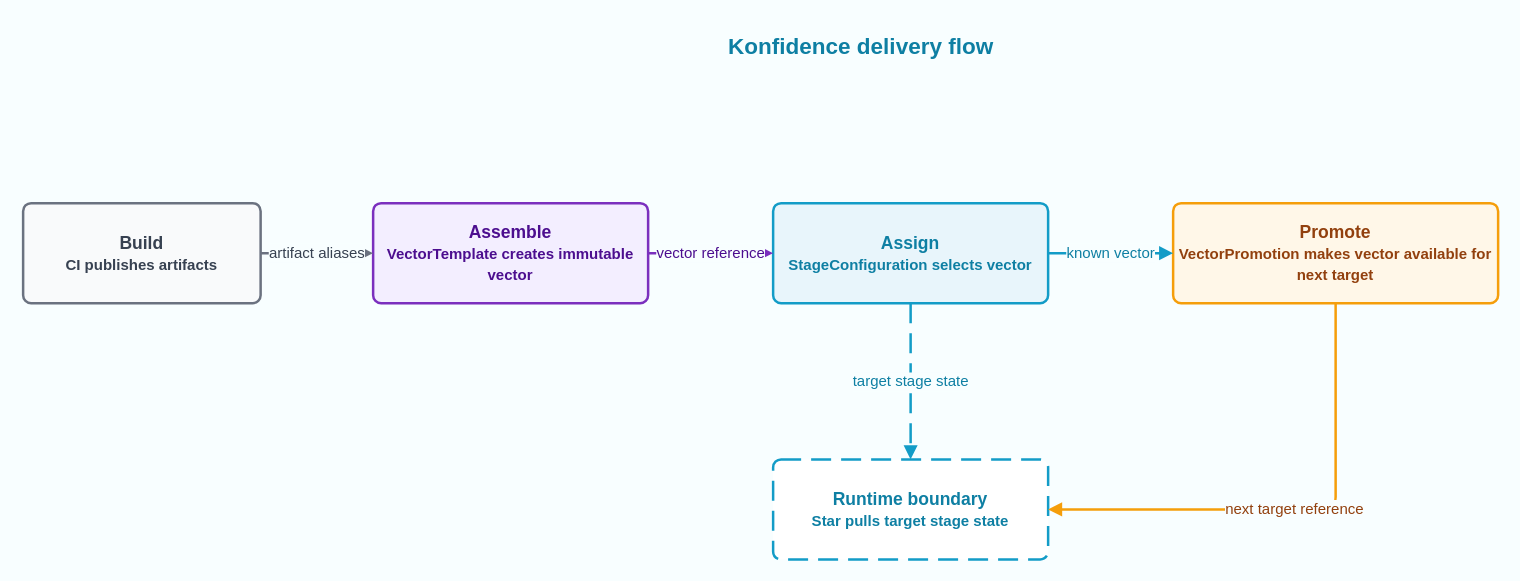
konfidence-project/konfidence-docs keeps this draw.io diagram as public/assets/diagrams/delivery-flow.drawio. Above is the earlier version. Source tidied: cells renumbered, new cells numbered last; positions are measured from the earlier drawing's top-left corner, leaving out a move shared by most shapes. Both pictures are drawn from the tidied source at 125%, with x=0, y=0 at pixel (22, 21).
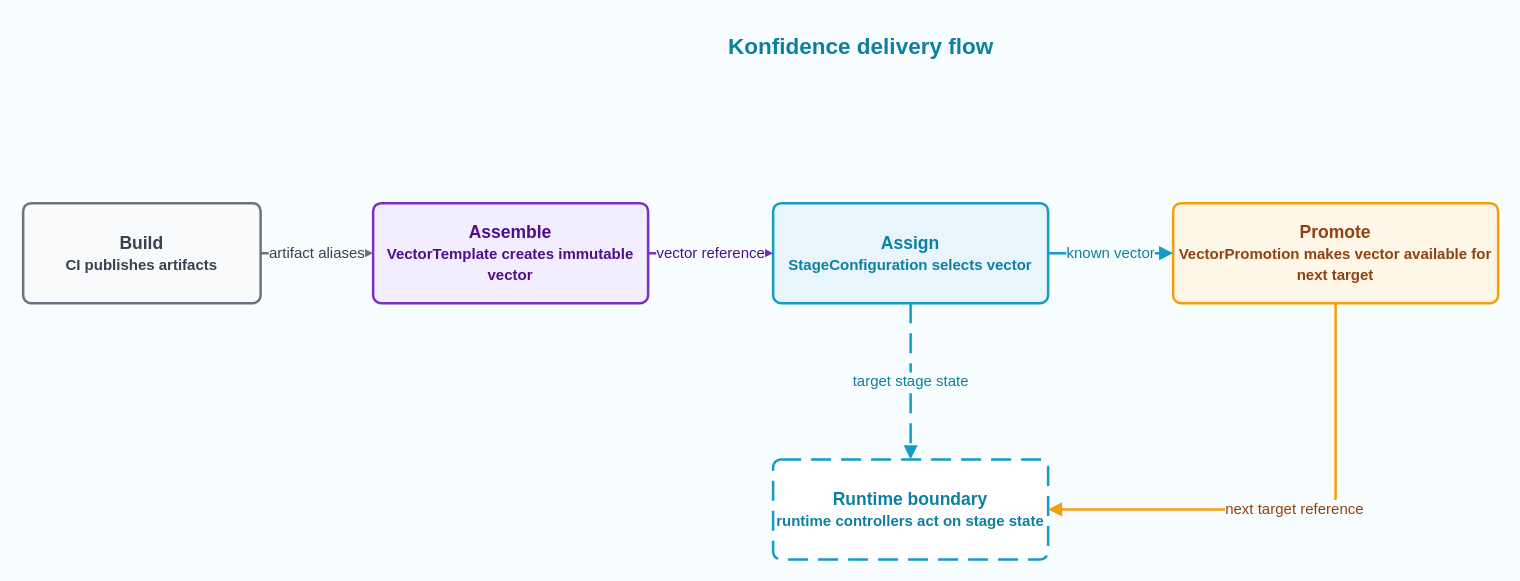
The same page after the edit.

Commit message (it also covers changes not shown here):
docs: update architecture diagrams to single-cluster model

konfidence-architecture.drawio: 'synced' stage edge -> in-cluster
hand-over, drop the outbound-only firewall claim, landscape is
Kubernetes only, platform box labeled single cluster.
delivery-flow.drawio: runtime boundary no longer says star pulls
stage state.

Claude-Session: https://claude.ai/code/session_01XN8ey2WrKqFYMsoNmdwbyW

Change to the diagram source:
```diff
@@
 <mxGraphModel background="#F8FEFF">
   <root>
     <mxCell id="0" />
     <mxCell id="1" parent="0" />
     <mxCell id="2" value="&lt;b&gt;&lt;font style=&quot;font-size: 18px;&quot;&gt;Konfidence delivery flow&lt;/font&gt;&lt;/b&gt;" style="text;html=1;strokeColor=none;fillColor=none;align=center;verticalAlign=middle;fontColor=#0E7FA3;" parent="1" vertex="1">
       <mxGeometry x="430" width="480" height="40" as="geometry" />
     </mxCell>
     <mxCell id="3" value="&lt;b&gt;Build&lt;/b&gt;&lt;div&gt;&lt;font style=&quot;font-size: 12px;&quot;&gt;CI publishes artifacts&lt;/font&gt;&lt;/div&gt;" style="rounded=1;arcSize=8;whiteSpace=wrap;html=1;fillColor=#F9FAFB;strokeColor=#6B7280;strokeWidth=2;fontSize=14;fontColor=#374151;fontStyle=1;" parent="1" vertex="1">
       <mxGeometry y="145" width="190" height="80" as="geometry" />
     </mxCell>
     <mxCell id="4" value="&lt;b&gt;Assemble&lt;/b&gt;&lt;div&gt;&lt;font style=&quot;font-size: 12px;&quot;&gt;VectorTemplate creates immutable vector&lt;/font&gt;&lt;/div&gt;" style="rounded=1;arcSize=8;whiteSpace=wrap;html=1;fillColor=#F3EEFF;strokeColor=#7B2FBE;strokeWidth=2;fontSize=14;fontColor=#4C0E8F;fontStyle=1;" parent="1" vertex="1">
       <mxGeometry x="280" y="145" width="220" height="80" as="geometry" />
     </mxCell>
     <mxCell id="5" value="&lt;b&gt;Assign&lt;/b&gt;&lt;div&gt;&lt;font style=&quot;font-size: 12px;&quot;&gt;StageConfiguration selects vector&lt;/font&gt;&lt;/div&gt;" style="rounded=1;arcSize=8;whiteSpace=wrap;html=1;fillColor=#E8F5FB;strokeColor=#139CC7;strokeWidth=2;fontSize=14;fontColor=#0E7FA3;fontStyle=1;" parent="1" vertex="1">
       <mxGeometry x="600" y="145" width="220" height="80" as="geometry" />
     </mxCell>
     <mxCell id="6" value="&lt;b&gt;Promote&lt;/b&gt;&lt;div&gt;&lt;font style=&quot;font-size: 12px;&quot;&gt;VectorPromotion makes vector available for next target&lt;/font&gt;&lt;/div&gt;" style="rounded=1;arcSize=8;whiteSpace=wrap;html=1;fillColor=#FFF7E8;strokeColor=#F59E0B;strokeWidth=2;fontSize=14;fontColor=#92400E;fontStyle=1;" parent="1" vertex="1">
       <mxGeometry x="920" y="145" width="260" height="80" as="geometry" />
     </mxCell>
-    <mxCell id="7" value="&lt;b&gt;Runtime boundary&lt;/b&gt;&lt;div&gt;&lt;font style=&quot;font-size: 12px;&quot;&gt;Star pulls target stage state&lt;/font&gt;&lt;/div&gt;" style="rounded=1;arcSize=8;whiteSpace=wrap;html=1;fillColor=#FFFFFF;strokeColor=#139CC7;strokeWidth=2;dashed=1;dashPattern=8 4;fontSize=14;fontColor=#0E7FA3;fontStyle=1;" parent="1" vertex="1">
+    <mxCell id="7" value="&lt;b&gt;Runtime boundary&lt;/b&gt;&lt;div&gt;&lt;font style=&quot;font-size: 12px;&quot;&gt;runtime controllers act on stage state&lt;/font&gt;&lt;/div&gt;" style="rounded=1;arcSize=8;whiteSpace=wrap;html=1;fillColor=#FFFFFF;strokeColor=#139CC7;strokeWidth=2;dashed=1;dashPattern=8 4;fontSize=14;fontColor=#0E7FA3;fontStyle=1;" parent="1" vertex="1">
       <mxGeometry x="600" y="350" width="220" height="80" as="geometry" />
     </mxCell>
     <mxCell id="8" value="artifact aliases" style="endArrow=block;endFill=1;strokeColor=#6B7280;strokeWidth=2;fontSize=12;fontColor=#374151;html=1;edgeStyle=orthogonalEdgeStyle;labelBackgroundColor=#F8FEFF;" parent="1" edge="1" source="3" target="4">
       <mxGeometry relative="1" as="geometry" />
     </mxCell>
     <mxCell id="9" value="vector reference" style="endArrow=block;endFill=1;strokeColor=#7B2FBE;strokeWidth=2;fontSize=12;fontColor=#4C0E8F;html=1;edgeStyle=orthogonalEdgeStyle;labelBackgroundColor=#F8FEFF;" parent="1" edge="1" source="4" target="5">
       <mxGeometry relative="1" as="geometry" />
     </mxCell>
     <mxCell id="10" value="known vector" style="endArrow=block;endFill=1;strokeColor=#139CC7;strokeWidth=2;fontSize=12;fontColor=#0E7FA3;html=1;edgeStyle=orthogonalEdgeStyle;labelBackgroundColor=#F8FEFF;" parent="1" edge="1" source="5" target="6">
       <mxGeometry relative="1" as="geometry" />
     </mxCell>
     <mxCell id="11" value="target stage state" style="endArrow=block;endFill=1;dashed=1;dashPattern=8 4;strokeColor=#139CC7;strokeWidth=2;fontSize=12;fontColor=#0E7FA3;html=1;edgeStyle=orthogonalEdgeStyle;labelBackgroundColor=#F8FEFF;exitX=0.5;exitY=1;exitDx=0;exitDy=0;entryX=0.5;entryY=0;entryDx=0;entryDy=0;" parent="1" edge="1" source="5" target="7">
       <mxGeometry relative="1" as="geometry" />
     </mxCell>
     <mxCell id="12" value="next target reference" style="endArrow=block;endFill=1;strokeColor=#F59E0B;strokeWidth=2;fontSize=12;fontColor=#92400E;html=1;edgeStyle=orthogonalEdgeStyle;rounded=1;labelBackgroundColor=#F8FEFF;exitX=0.5;exitY=1;exitDx=0;exitDy=0;entryX=1;entryY=0.5;entryDx=0;entryDy=0;" parent="1" edge="1" source="6" target="7">
       <mxGeometry relative="1" as="geometry">
         <Array as="points">
           <mxPoint x="1050" y="390" />
         </Array>
       </mxGeometry>
     </mxCell>
   </root>
 </mxGraphModel>
```
